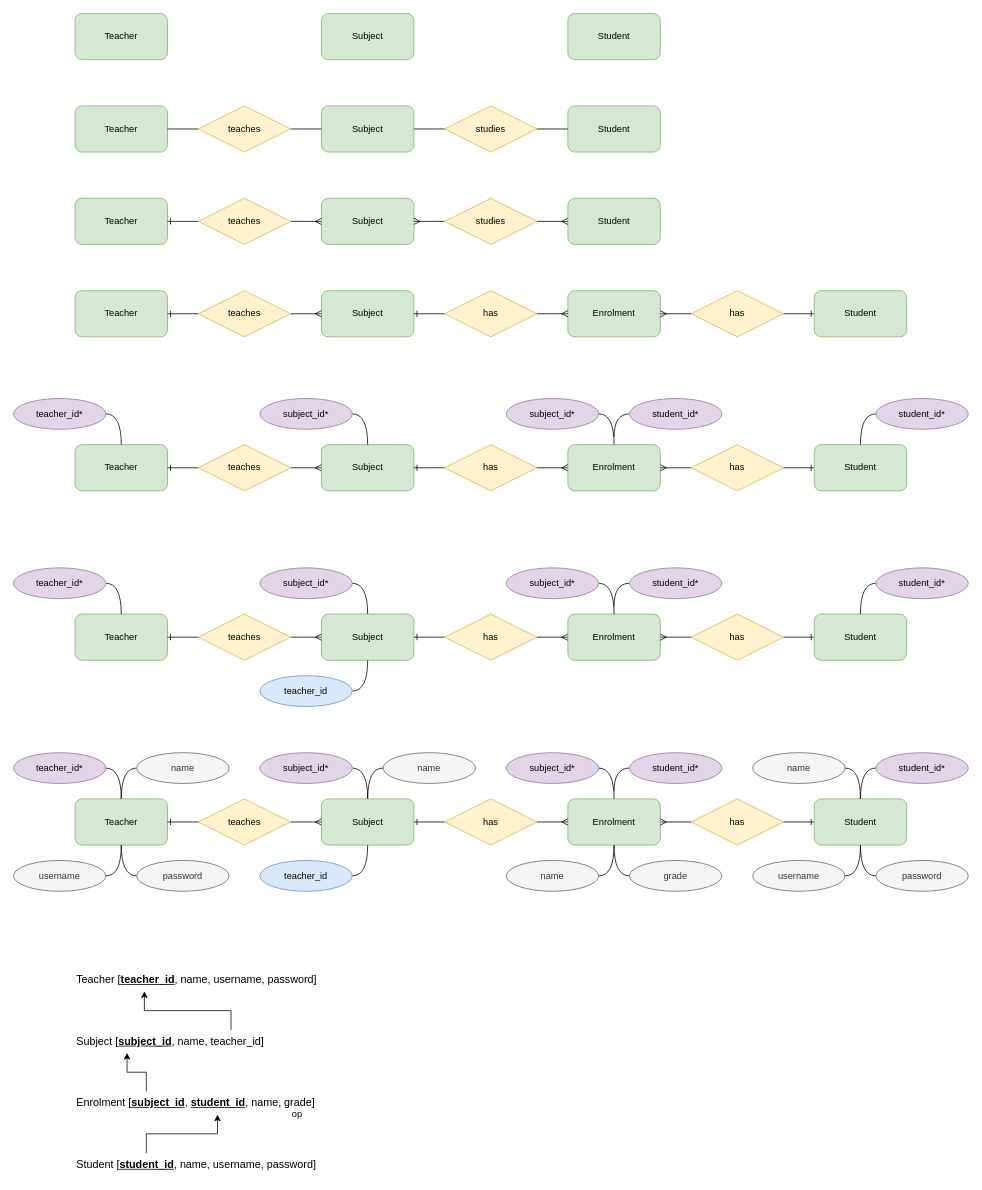
The draw.io diagram page "ERD" (7 of 8) of UML Symbols.drawio in DamoM73/digital-solutions-text, before the edit. Source tidied: cells renumbered, new cells numbered last; positions are measured from the earlier drawing's top-left corner, leaving out a move shared by most shapes. Both pictures are drawn from the tidied source at 77%, with x=0, y=0 at pixel (13, 13).
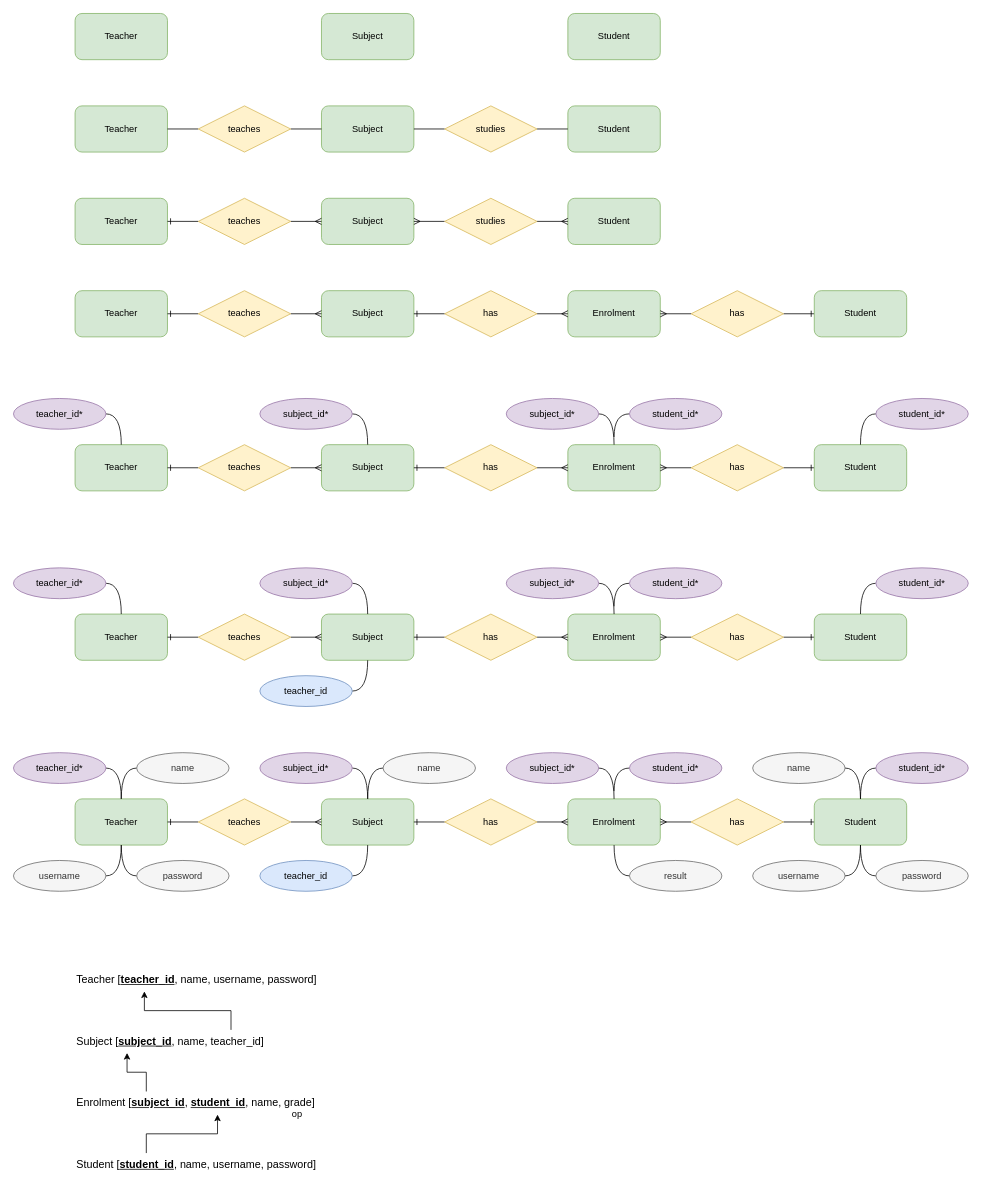
The same diagram, later.

Unchanged cells that the change refers to:
```xml
<mxCell id="86" value="Enrolment" style="rounded=1;whiteSpace=wrap;html=1;fillColor=#d5e8d4;strokeColor=#82b366;" parent="1" vertex="1">
  <mxGeometry x="720" y="1020" width="120" height="60" as="geometry" />
</mxCell>
```

Change to the diagram source:
```diff
@@
-    <mxCell id="117" style="edgeStyle=orthogonalEdgeStyle;curved=1;rounded=0;jettySize=auto;html=1;exitX=1;exitY=0.5;exitDx=0;exitDy=0;entryX=0.5;entryY=1;entryDx=0;entryDy=0;fontSize=12;endArrow=none;endFill=0;" parent="1" edge="1" source="118" target="86">
-      <mxGeometry relative="1" as="geometry" />
-    </mxCell>
-    <mxCell id="118" value="name" style="ellipse;whiteSpace=wrap;html=1;fillColor=#f5f5f5;strokeColor=#666666;fontColor=#333333;" parent="1" vertex="1">
-      <mxGeometry x="640" y="1100" width="120" height="40" as="geometry" />
-    </mxCell>
@@
-    <mxCell id="131" value="grade" style="ellipse;whiteSpace=wrap;html=1;fillColor=#f5f5f5;strokeColor=#666666;fontColor=#333333;" parent="1" vertex="1">
+    <mxCell id="131" value="result" style="ellipse;whiteSpace=wrap;html=1;fillColor=#f5f5f5;strokeColor=#666666;fontColor=#333333;" parent="1" vertex="1">
       <mxGeometry x="800" y="1100" width="120" height="40" as="geometry" />
     </mxCell>
```
